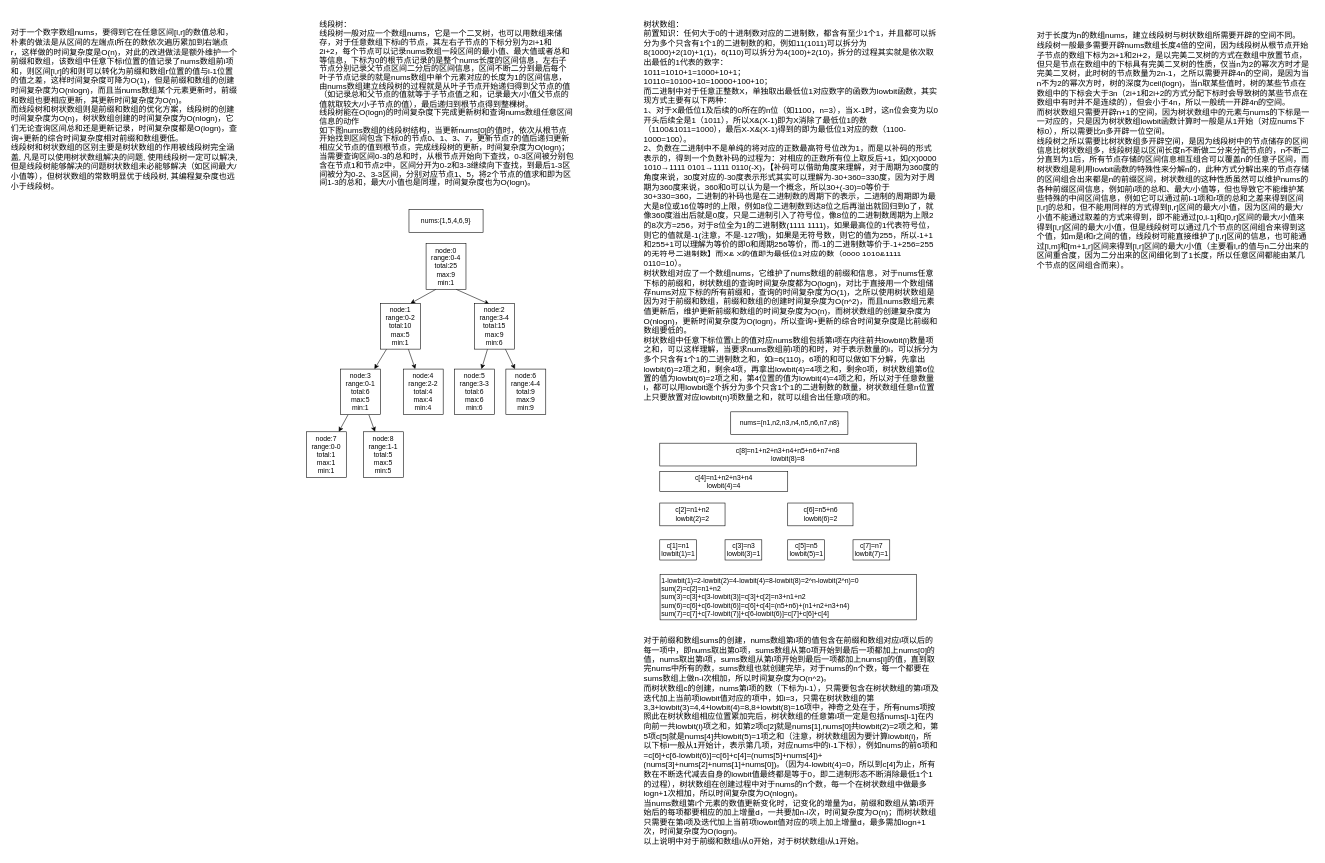
The draw.io diagram 线段树和树状数组.drawio in a7956232/drawIOFiles, before the edit. Source tidied: cells renumbered, new cells numbered last; positions are measured from the earlier drawing's top-left corner, leaving out a move shared by most shapes. Both pictures are drawn from the tidied source at 57%, with x=0, y=0 at pixel (10, 10).
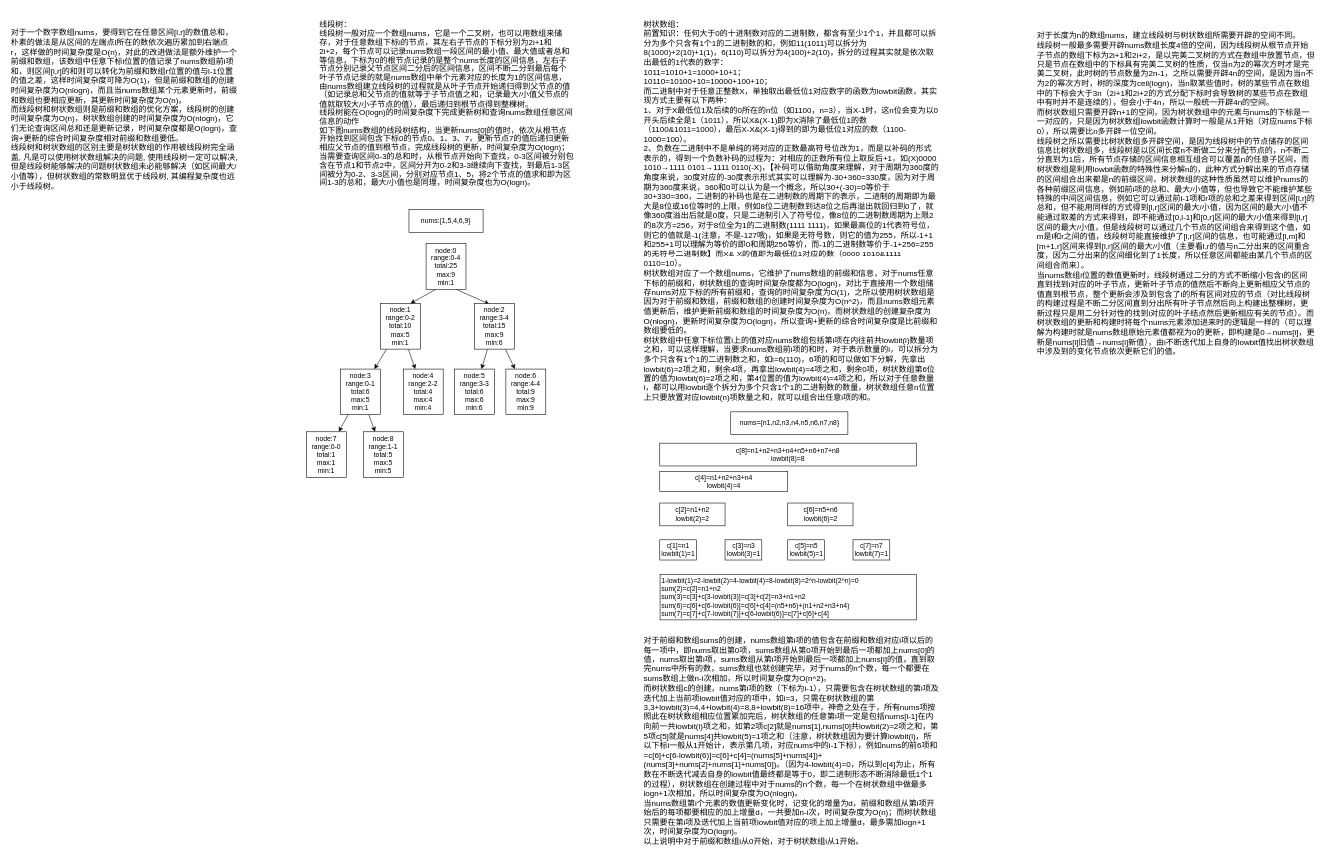
After the change.

Commit message:
更新线段树和树状数组.drawio

What changed in the source:
```diff
@@
-    <mxCell id="34" value="&lt;font style=&quot;font-size: 14px;&quot;&gt;对于长度为n的数组nums，建立线段树与树状数组所需要开辟的空间不同。&lt;br&gt;线段树一般最多需要开辟nums数组长度4倍的空间，因为线段树从根节点开始子节点的数组下标为2i+1和2i+2，是以完美二叉树的方式在数组中放置节点，但只是节点在数组中的下标具有完美二叉树的性质，仅当n为2的幂次方时才是完美二叉树，此时树的节点数量为2n-1，之所以需要开辟4n的空间，是因为当n不为2的幂次方时，树的深度为ceil(logn)，当n取某些值时，树的某些节点在数组中的下标会大于3n（2i+1和2i+2的方式分配下标时会导致树的某些节点在数组中有时并不是连续的），但会小于4n，所以一般统一开辟4n的空间。&lt;br&gt;而树状数组只需要开辟n+1的空间，因为树状数组中的元素与nums的下标是一一对应的，只是因为树状数组lowbit函数计算时一般是从1开始（对应nums下标0），所以需要比n多开辟一位空间。&lt;br&gt;线段树之所以需要比树状数组多开辟空间，是因为线段树中的节点储存的区间信息比树状数组多，线段树是以区间长度n不断做二分来分配节点的，n不断二分直到为1后，所有节点存储的区间信息相互组合可以覆盖n的任意子区间，而树状数组是利用lowbit函数的特殊性来分解n的，此种方式分解出来的节点存储的区间组合出来都是n的前缀区间，树状数组的这种性质虽然可以维护nums的各种前缀区间信息，例如前i项的总和、最大/小值等，但也导致它不能维护某些特殊的中间区间信息，例如它可以通过前l-1项和r项的总和之差来得到区间[l,r]的总和，但不能用同样的方式得到[l,r]区间的最大/小值，因为区间的最大/小值不能通过取差的方式来得到，即不能通过[0,l-1]和[0,r]区间的最大/小值来得到[l,r]区间的最大/小值，但是线段树可以通过几个节点的区间组合来得到这个值，如m是l和r之间的值，线段树可能直接维护了[l,r]区间的信息，也可能通过[l,m]和[m+1,r]区间来得到[l,r]区间的最大/小值（主要看l,r的值与n二分出来的区间重合度，因为二分出来的区间细化到了1长度，所以任意区间都能由某几个节点的区间组合而来）。&lt;br&gt;&lt;/font&gt;" style="text;html=1;strokeColor=none;fillColor=none;align=left;verticalAlign=top;whiteSpace=wrap;rounded=0;" parent="1" vertex="1">
-      <mxGeometry x="1800" y="30" width="480" height="430" as="geometry" />
+    <mxCell id="34" value="&lt;font style=&quot;font-size: 14px;&quot;&gt;对于长度为n的数组nums，建立线段树与树状数组所需要开辟的空间不同。&lt;br&gt;线段树一般最多需要开辟nums数组长度4倍的空间，因为线段树从根节点开始子节点的数组下标为2i+1和2i+2，是以完美二叉树的方式在数组中放置节点，但只是节点在数组中的下标具有完美二叉树的性质，仅当n为2的幂次方时才是完美二叉树，此时树的节点数量为2n-1，之所以需要开辟4n的空间，是因为当n不为2的幂次方时，树的深度为ceil(logn)，当n取某些值时，树的某些节点在数组中的下标会大于3n（2i+1和2i+2的方式分配下标时会导致树的某些节点在数组中有时并不是连续的），但会小于4n，所以一般统一开辟4n的空间。&lt;br&gt;而树状数组只需要开辟n+1的空间，因为树状数组中的元素与nums的下标是一一对应的，只是因为树状数组lowbit函数计算时一般是从1开始（对应nums下标0），所以需要比n多开辟一位空间。&lt;br&gt;线段树之所以需要比树状数组多开辟空间，是因为线段树中的节点储存的区间信息比树状数组多，线段树是以区间长度n不断做二分来分配节点的，n不断二分直到为1后，所有节点存储的区间信息相互组合可以覆盖n的任意子区间，而树状数组是利用lowbit函数的特殊性来分解n的，此种方式分解出来的节点存储的区间组合出来都是n的前缀区间，树状数组的这种性质虽然可以维护nums的各种前缀区间信息，例如前i项的总和、最大/小值等，但也导致它不能维护某些特殊的中间区间信息，例如它可以通过前l-1项和r项的总和之差来得到区间[l,r]的总和，但不能用同样的方式得到[l,r]区间的最大/小值，因为区间的最大/小值不能通过取差的方式来得到，即不能通过[0,l-1]和[0,r]区间的最大/小值来得到[l,r]区间的最大/小值，但是线段树可以通过几个节点的区间组合来得到这个值，如m是l和r之间的值，线段树可能直接维护了[l,r]区间的信息，也可能通过[l,m]和[m+1,r]区间来得到[l,r]区间的最大/小值（主要看l,r的值与n二分出来的区间重合度，因为二分出来的区间细化到了1长度，所以任意区间都能由某几个节点的区间组合而来）。&lt;br&gt;当nums数组i位置的数值更新时，线段树通过二分的方式不断缩小包含i的区间直到找到i对应的叶子节点，更新叶子节点的值然后不断向上更新相应父节点的值直到根节点，整个更新会涉及到包含了i的所有区间对应的节点（对比线段树的构建过程是不断二分区间直到分出所有叶子节点然后向上构建出整棵树，更新过程只是用二分针对性的找到i对应的叶子结点然后更新相应有关的节点）。而树状数组的更新和构建时将每个nums元素添加进来时的逻辑是一样的（可以理解为构建时就是nums数组原始元素值都视为0的更新，即构建是0→nums[i]，更新是nums[i]旧值→nums[i]新值），由i不断迭代加上自身的lowbit值找出树状数组中涉及到的变化节点依次更新它们的值。&lt;br&gt;&lt;/font&gt;" style="text;html=1;strokeColor=none;fillColor=none;align=left;verticalAlign=top;whiteSpace=wrap;rounded=0;" parent="1" vertex="1">
+      <mxGeometry x="1800" y="30" width="490" height="580" as="geometry" />
     </mxCell>
```
